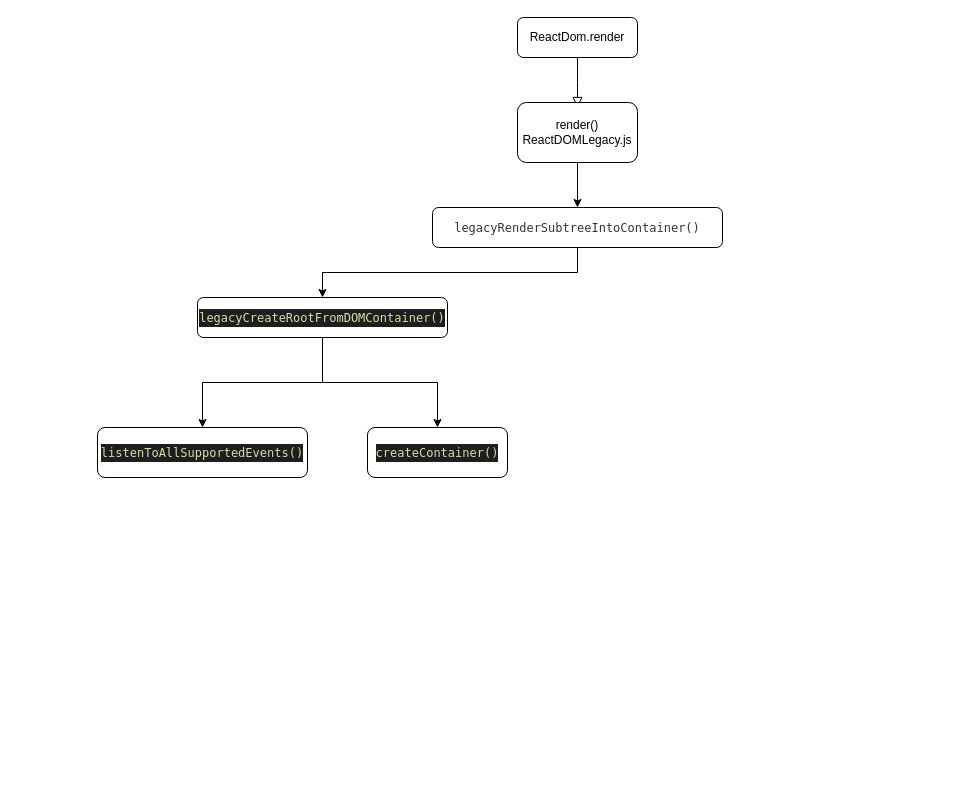
Before: Untitled Diagram.drawio in damoOnly/school, a draw.io diagram. Source tidied: cells renumbered, new cells numbered last; positions are measured from the earlier drawing's top-left corner, leaving out a move shared by most shapes. Both pictures are drawn from the tidied source at 100%, with x=0, y=0 at pixel (97, 17).
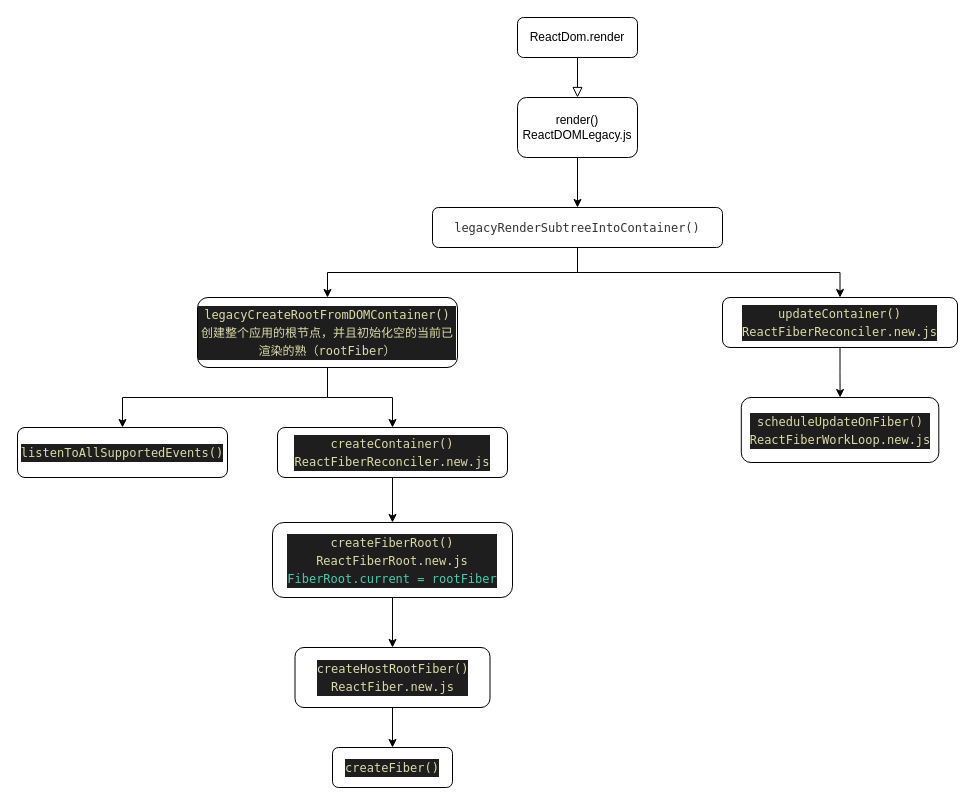
The same diagram, later.

Unchanged cells that the change refers to:
```xml
<mxCell id="3" value="ReactDom.render" style="rounded=1;whiteSpace=wrap;html=1;fontSize=12;glass=0;strokeWidth=1;shadow=0;" parent="1" vertex="1">
  <mxGeometry x="420" width="120" height="40" as="geometry" />
</mxCell>
<mxCell id="7" value="&lt;div style=&quot;font-family: &amp;#34;menlo&amp;#34; , &amp;#34;monaco&amp;#34; , &amp;#34;courier new&amp;#34; , monospace ; line-height: 18px&quot;&gt;&lt;font color=&quot;#333333&quot;&gt;legacyRenderSubtreeIntoContainer()&lt;/font&gt;&lt;/div&gt;" style="rounded=1;whiteSpace=wrap;html=1;" parent="1" vertex="1">
  <mxGeometry x="335" y="190" width="290" height="40" as="geometry" />
</mxCell>
```

What changed in the source:
```diff
@@
-    <mxCell id="2" style="rounded=0;html=1;jettySize=auto;fontSize=11;endArrow=block;endFill=0;endSize=8;strokeWidth=1;shadow=0;labelBackgroundColor=none;edgeStyle=orthogonalEdgeStyle;" parent="1" edge="1" source="3">
-      <mxGeometry relative="1" as="geometry">
-        <mxPoint x="480" y="90" as="targetPoint" />
-      </mxGeometry>
+    <mxCell id="2" style="rounded=0;html=1;jettySize=auto;fontSize=11;endArrow=block;endFill=0;endSize=8;strokeWidth=1;shadow=0;labelBackgroundColor=none;edgeStyle=orthogonalEdgeStyle;entryX=0.5;entryY=0;entryDx=0;entryDy=0;" parent="1" edge="1" source="3" target="5">
+      <mxGeometry relative="1" as="geometry" />
     </mxCell>
@@
     <mxCell id="5" value="render()&lt;br&gt;ReactDOMLegacy.js" style="rounded=1;whiteSpace=wrap;html=1;strokeColor=#000000;fillColor=#ffffff;" parent="1" vertex="1">
-      <mxGeometry x="420" y="85" width="120" height="60" as="geometry" />
+      <mxGeometry x="420" y="80" width="120" height="60" as="geometry" />
     </mxCell>
@@
+    <mxCell id="13" style="edgeStyle=orthogonalEdgeStyle;rounded=0;jettySize=auto;html=1;" parent="1" edge="1" source="7" target="21">
+      <mxGeometry relative="1" as="geometry" />
+    </mxCell>
@@
-    <mxCell id="10" value="&lt;div style=&quot;color: rgb(212 , 212 , 212) ; background-color: rgb(30 , 30 , 30) ; font-family: &amp;#34;menlo&amp;#34; , &amp;#34;monaco&amp;#34; , &amp;#34;courier new&amp;#34; , monospace ; line-height: 18px&quot;&gt;&lt;span style=&quot;color: #dcdcaa&quot;&gt;legacyCreateRootFromDOMContainer()&lt;/span&gt;&lt;/div&gt;" style="rounded=1;whiteSpace=wrap;html=1;" parent="1" vertex="1">
-      <mxGeometry x="100" y="280" width="250" height="40" as="geometry" />
+    <mxCell id="10" value="&lt;div style=&quot;color: rgb(212 , 212 , 212) ; background-color: rgb(30 , 30 , 30) ; font-family: &amp;#34;menlo&amp;#34; , &amp;#34;monaco&amp;#34; , &amp;#34;courier new&amp;#34; , monospace ; line-height: 18px&quot;&gt;&lt;span style=&quot;color: #dcdcaa&quot;&gt;legacyCreateRootFromDOMContainer()&lt;/span&gt;&lt;/div&gt;&lt;div style=&quot;background-color: rgb(30 , 30 , 30) ; font-family: &amp;#34;menlo&amp;#34; , &amp;#34;monaco&amp;#34; , &amp;#34;courier new&amp;#34; , monospace ; line-height: 18px&quot;&gt;&lt;font color=&quot;#dcdcaa&quot;&gt;创建整个应用的根节点，并且初始化空的当前已渲染的熟（rootFiber）&lt;/font&gt;&lt;/div&gt;" style="rounded=1;whiteSpace=wrap;html=1;" parent="1" vertex="1">
+      <mxGeometry x="100" y="280" width="260" height="70" as="geometry" />
     </mxCell>
+    <mxCell id="14" style="edgeStyle=orthogonalEdgeStyle;rounded=0;jettySize=auto;html=1;" parent="1" edge="1" source="11" target="16">
+      <mxGeometry relative="1" as="geometry" />
+    </mxCell>
-    <mxCell id="11" value="&lt;div style=&quot;color: rgb(212 , 212 , 212) ; background-color: rgb(30 , 30 , 30) ; font-family: &amp;#34;menlo&amp;#34; , &amp;#34;monaco&amp;#34; , &amp;#34;courier new&amp;#34; , monospace ; line-height: 18px&quot;&gt;&lt;span style=&quot;color: #dcdcaa&quot;&gt;createContainer()&lt;/span&gt;&lt;/div&gt;" style="rounded=1;whiteSpace=wrap;html=1;" parent="1" vertex="1">
-      <mxGeometry x="270" y="410" width="140" height="50" as="geometry" />
+    <mxCell id="11" value="&lt;div style=&quot;color: rgb(212 , 212 , 212) ; background-color: rgb(30 , 30 , 30) ; font-family: &amp;#34;menlo&amp;#34; , &amp;#34;monaco&amp;#34; , &amp;#34;courier new&amp;#34; , monospace ; line-height: 18px&quot;&gt;&lt;span style=&quot;color: #dcdcaa&quot;&gt;createContainer()&lt;/span&gt;&lt;/div&gt;&lt;div style=&quot;color: rgb(212 , 212 , 212) ; background-color: rgb(30 , 30 , 30) ; font-family: &amp;#34;menlo&amp;#34; , &amp;#34;monaco&amp;#34; , &amp;#34;courier new&amp;#34; , monospace ; line-height: 18px&quot;&gt;&lt;span style=&quot;color: rgb(220 , 220 , 170) ; font-family: &amp;#34;menlo&amp;#34; , &amp;#34;monaco&amp;#34; , &amp;#34;courier new&amp;#34; , monospace&quot;&gt;ReactFiberReconciler.new.js&lt;/span&gt;&lt;span style=&quot;color: #dcdcaa&quot;&gt;&lt;br&gt;&lt;/span&gt;&lt;/div&gt;" style="rounded=1;whiteSpace=wrap;html=1;" parent="1" vertex="1">
+      <mxGeometry x="180" y="410" width="230" height="50" as="geometry" />
     </mxCell>
     <mxCell id="12" value="&lt;div style=&quot;color: rgb(212 , 212 , 212) ; background-color: rgb(30 , 30 , 30) ; font-family: &amp;#34;menlo&amp;#34; , &amp;#34;monaco&amp;#34; , &amp;#34;courier new&amp;#34; , monospace ; line-height: 18px&quot;&gt;&lt;div style=&quot;font-family: &amp;#34;menlo&amp;#34; , &amp;#34;monaco&amp;#34; , &amp;#34;courier new&amp;#34; , monospace ; line-height: 18px&quot;&gt;&lt;span style=&quot;color: #dcdcaa&quot;&gt;listenToAllSupportedEvents()&lt;/span&gt;&lt;/div&gt;&lt;/div&gt;" style="rounded=1;whiteSpace=wrap;html=1;" parent="1" vertex="1">
-      <mxGeometry y="410" width="210" height="50" as="geometry" />
+      <mxGeometry x="-80" y="410" width="210" height="50" as="geometry" />
     </mxCell>
+    <mxCell id="15" style="edgeStyle=orthogonalEdgeStyle;rounded=0;jettySize=auto;html=1;" parent="1" edge="1" source="16" target="18">
+      <mxGeometry relative="1" as="geometry" />
+    </mxCell>
+    <mxCell id="16" value="&lt;div style=&quot;background-color: rgb(30 , 30 , 30) ; line-height: 18px&quot;&gt;&lt;div style=&quot;color: rgb(212 , 212 , 212) ; font-family: &amp;#34;menlo&amp;#34; , &amp;#34;monaco&amp;#34; , &amp;#34;courier new&amp;#34; , monospace ; line-height: 18px&quot;&gt;&lt;span style=&quot;color: #dcdcaa&quot;&gt;createFiberRoot()&lt;/span&gt;&lt;/div&gt;&lt;div style=&quot;line-height: 18px&quot;&gt;&lt;font color=&quot;#dcdcaa&quot; face=&quot;Menlo, Monaco, Courier New, monospace&quot;&gt;ReactFiberRoot.new.js&lt;/font&gt;&lt;br&gt;&lt;/div&gt;&lt;div style=&quot;line-height: 18px&quot;&gt;&lt;div style=&quot;color: rgb(212 , 212 , 212) ; font-family: &amp;#34;menlo&amp;#34; , &amp;#34;monaco&amp;#34; , &amp;#34;courier new&amp;#34; , monospace ; line-height: 18px&quot;&gt;&lt;span style=&quot;color: #4ec9b0&quot;&gt;FiberRoot.current = rootFiber&lt;/span&gt;&lt;/div&gt;&lt;/div&gt;&lt;/div&gt;" style="rounded=1;whiteSpace=wrap;html=1;" parent="1" vertex="1">
+      <mxGeometry x="175" y="505" width="240" height="75" as="geometry" />
+    </mxCell>
+    <mxCell id="17" style="edgeStyle=orthogonalEdgeStyle;rounded=0;jettySize=auto;html=1;" parent="1" edge="1" source="18" target="19">
+      <mxGeometry relative="1" as="geometry" />
+    </mxCell>
+    <mxCell id="18" value="&lt;div style=&quot;color: rgb(212 , 212 , 212) ; background-color: rgb(30 , 30 , 30) ; font-family: &amp;#34;menlo&amp;#34; , &amp;#34;monaco&amp;#34; , &amp;#34;courier new&amp;#34; , monospace ; line-height: 18px&quot;&gt;&lt;span style=&quot;color: #dcdcaa&quot;&gt;createHostRootFiber()&lt;/span&gt;&lt;/div&gt;&lt;div style=&quot;background-color: rgb(30 , 30 , 30) ; line-height: 18px&quot;&gt;&lt;font color=&quot;#dcdcaa&quot; face=&quot;menlo, monaco, courier new, monospace&quot;&gt;ReactFiber.new.js&lt;/font&gt;&lt;br&gt;&lt;/div&gt;" style="rounded=1;whiteSpace=wrap;html=1;" parent="1" vertex="1">
+      <mxGeometry x="197.5" y="630" width="195" height="60" as="geometry" />
+    </mxCell>
+    <mxCell id="19" value="&lt;div style=&quot;color: rgb(212 , 212 , 212) ; background-color: rgb(30 , 30 , 30) ; font-family: &amp;#34;menlo&amp;#34; , &amp;#34;monaco&amp;#34; , &amp;#34;courier new&amp;#34; , monospace ; line-height: 18px&quot;&gt;&lt;span style=&quot;color: #dcdcaa&quot;&gt;createFiber()&lt;/span&gt;&lt;/div&gt;" style="whiteSpace=wrap;html=1;rounded=1;" parent="1" vertex="1">
+      <mxGeometry x="235" y="730" width="120" height="40" as="geometry" />
+    </mxCell>
+    <mxCell id="20" style="edgeStyle=orthogonalEdgeStyle;rounded=0;jettySize=auto;html=1;" parent="1" edge="1" source="21" target="22">
+      <mxGeometry relative="1" as="geometry" />
+    </mxCell>
+    <mxCell id="21" value="&lt;div style=&quot;color: rgb(212 , 212 , 212) ; background-color: rgb(30 , 30 , 30) ; font-family: &amp;#34;menlo&amp;#34; , &amp;#34;monaco&amp;#34; , &amp;#34;courier new&amp;#34; , monospace ; line-height: 18px&quot;&gt;&lt;span style=&quot;color: #dcdcaa&quot;&gt;updateContainer()&lt;/span&gt;&lt;/div&gt;&lt;div style=&quot;background-color: rgb(30 , 30 , 30) ; line-height: 18px&quot;&gt;&lt;font color=&quot;#dcdcaa&quot; face=&quot;Menlo, Monaco, Courier New, monospace&quot;&gt;ReactFiberReconciler.new.js&lt;/font&gt;&lt;br&gt;&lt;/div&gt;" style="whiteSpace=wrap;html=1;rounded=1;" parent="1" vertex="1">
+      <mxGeometry x="625" y="280" width="235" height="50" as="geometry" />
+    </mxCell>
+    <mxCell id="22" value="&lt;div style=&quot;color: rgb(212 , 212 , 212) ; background-color: rgb(30 , 30 , 30) ; font-family: &amp;#34;menlo&amp;#34; , &amp;#34;monaco&amp;#34; , &amp;#34;courier new&amp;#34; , monospace ; line-height: 18px&quot;&gt;&lt;span style=&quot;color: #dcdcaa&quot;&gt;scheduleUpdateOnFiber()&lt;/span&gt;&lt;/div&gt;&lt;div style=&quot;background-color: rgb(30 , 30 , 30) ; line-height: 18px&quot;&gt;&lt;font color=&quot;#dcdcaa&quot; face=&quot;Menlo, Monaco, Courier New, monospace&quot;&gt;ReactFiberWorkLoop.new.js&lt;/font&gt;&lt;br&gt;&lt;/div&gt;" style="whiteSpace=wrap;html=1;rounded=1;" parent="1" vertex="1">
+      <mxGeometry x="643.8" y="380" width="197.5" height="65" as="geometry" />
+    </mxCell>
```
